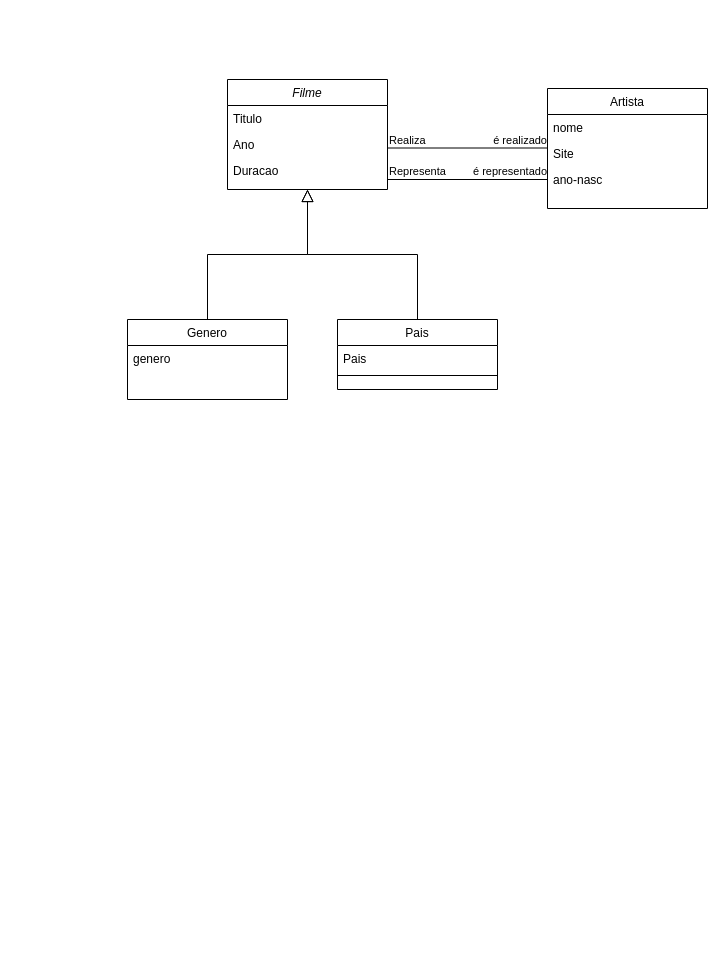
Earlier version of the draw.io diagram Diagrama sem nome.drawio (Slenxe/FP-Markdown). Source tidied: cells renumbered, new cells numbered last; positions are measured from the earlier drawing's top-left corner, leaving out a move shared by most shapes. Both pictures are drawn from the tidied source at 100%, with x=0, y=0 at pixel (127, 79).
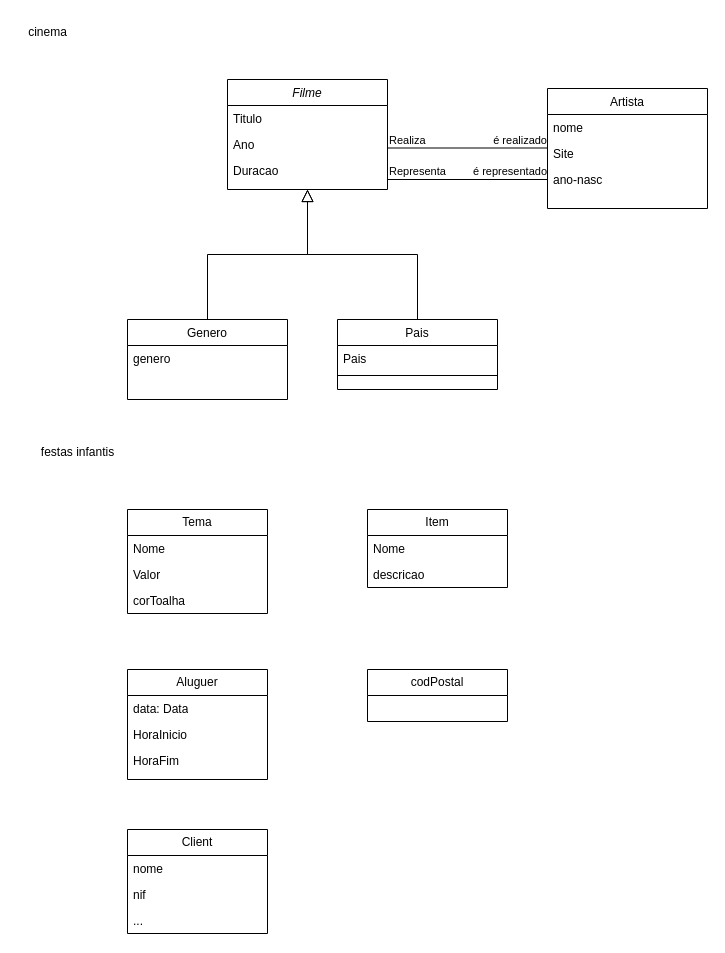
After the change.

Diff of the diagram source:
```diff
@@
+    <mxCell id="23" value="cinema" style="text;html=1;align=center;verticalAlign=middle;strokeColor=none;fillColor=none;" parent="1" vertex="1">
+      <mxGeometry x="-110" y="-62" width="60" height="30" as="geometry" />
+    </mxCell>
+    <mxCell id="24" value="festas infantis" style="text;html=1;align=center;verticalAlign=middle;strokeColor=none;fillColor=none;" parent="1" vertex="1">
+      <mxGeometry x="-100" y="358" width="100" height="30" as="geometry" />
+    </mxCell>
+    <mxCell id="25" value="Tema" style="swimlane;fontStyle=0;horizontal=1;startSize=26;fillColor=none;whiteSpace=wrap;html=1;" parent="1" vertex="1">
+      <mxGeometry y="430" width="140" height="104" as="geometry" />
+    </mxCell>
+    <mxCell id="26" value="Nome" style="text;strokeColor=none;fillColor=none;align=left;verticalAlign=top;spacingLeft=4;spacingRight=4;overflow=hidden;whiteSpace=wrap;html=1;" parent="25" vertex="1">
+      <mxGeometry y="26" width="140" height="26" as="geometry" />
+    </mxCell>
+    <mxCell id="27" value="Valor" style="text;strokeColor=none;fillColor=none;align=left;verticalAlign=top;spacingLeft=4;spacingRight=4;overflow=hidden;whiteSpace=wrap;html=1;" parent="25" vertex="1">
+      <mxGeometry y="52" width="140" height="26" as="geometry" />
+    </mxCell>
+    <mxCell id="28" value="corToalha" style="text;strokeColor=none;fillColor=none;align=left;verticalAlign=top;spacingLeft=4;spacingRight=4;overflow=hidden;whiteSpace=wrap;html=1;" parent="25" vertex="1">
+      <mxGeometry y="78" width="140" height="26" as="geometry" />
+    </mxCell>
+    <mxCell id="29" value="Item" style="swimlane;fontStyle=0;horizontal=1;startSize=26;fillColor=none;whiteSpace=wrap;html=1;" parent="1" vertex="1">
+      <mxGeometry x="240" y="430" width="140" height="78" as="geometry" />
+    </mxCell>
+    <mxCell id="30" value="Nome" style="text;strokeColor=none;fillColor=none;align=left;verticalAlign=top;spacingLeft=4;spacingRight=4;overflow=hidden;whiteSpace=wrap;html=1;" parent="29" vertex="1">
+      <mxGeometry y="26" width="140" height="26" as="geometry" />
+    </mxCell>
+    <mxCell id="31" value="descricao" style="text;strokeColor=none;fillColor=none;align=left;verticalAlign=top;spacingLeft=4;spacingRight=4;overflow=hidden;whiteSpace=wrap;html=1;" parent="29" vertex="1">
+      <mxGeometry y="52" width="140" height="26" as="geometry" />
+    </mxCell>
+    <mxCell id="32" value="Aluguer" style="swimlane;fontStyle=0;horizontal=1;startSize=26;fillColor=none;whiteSpace=wrap;html=1;" parent="1" vertex="1">
+      <mxGeometry y="590" width="140" height="110" as="geometry" />
+    </mxCell>
+    <mxCell id="33" value="data: Data" style="text;strokeColor=none;fillColor=none;align=left;verticalAlign=top;spacingLeft=4;spacingRight=4;overflow=hidden;whiteSpace=wrap;html=1;" parent="32" vertex="1">
+      <mxGeometry y="26" width="140" height="26" as="geometry" />
+    </mxCell>
+    <mxCell id="34" value="HoraInicio" style="text;strokeColor=none;fillColor=none;align=left;verticalAlign=top;spacingLeft=4;spacingRight=4;overflow=hidden;whiteSpace=wrap;html=1;" parent="32" vertex="1">
+      <mxGeometry y="52" width="140" height="26" as="geometry" />
+    </mxCell>
+    <mxCell id="35" value="HoraFim" style="text;strokeColor=none;fillColor=none;align=left;verticalAlign=top;spacingLeft=4;spacingRight=4;overflow=hidden;whiteSpace=wrap;html=1;" parent="32" vertex="1">
+      <mxGeometry y="78" width="140" height="32" as="geometry" />
+    </mxCell>
+    <mxCell id="36" value="codPostal" style="swimlane;fontStyle=0;horizontal=1;startSize=26;fillColor=none;whiteSpace=wrap;html=1;" parent="1" vertex="1">
+      <mxGeometry x="240" y="590" width="140" height="52" as="geometry" />
+    </mxCell>
+    <mxCell id="37" value="Client" style="swimlane;fontStyle=0;horizontal=1;startSize=26;fillColor=none;whiteSpace=wrap;html=1;" parent="1" vertex="1">
+      <mxGeometry y="750" width="140" height="104" as="geometry" />
+    </mxCell>
+    <mxCell id="38" value="nome" style="text;strokeColor=none;fillColor=none;align=left;verticalAlign=top;spacingLeft=4;spacingRight=4;overflow=hidden;whiteSpace=wrap;html=1;" parent="37" vertex="1">
+      <mxGeometry y="26" width="140" height="26" as="geometry" />
+    </mxCell>
+    <mxCell id="39" value="nif" style="text;strokeColor=none;fillColor=none;align=left;verticalAlign=top;spacingLeft=4;spacingRight=4;overflow=hidden;whiteSpace=wrap;html=1;" parent="37" vertex="1">
+      <mxGeometry y="52" width="140" height="26" as="geometry" />
+    </mxCell>
+    <mxCell id="40" value="..." style="text;strokeColor=none;fillColor=none;align=left;verticalAlign=top;spacingLeft=4;spacingRight=4;overflow=hidden;whiteSpace=wrap;html=1;" parent="37" vertex="1">
+      <mxGeometry y="78" width="140" height="26" as="geometry" />
+    </mxCell>
```
